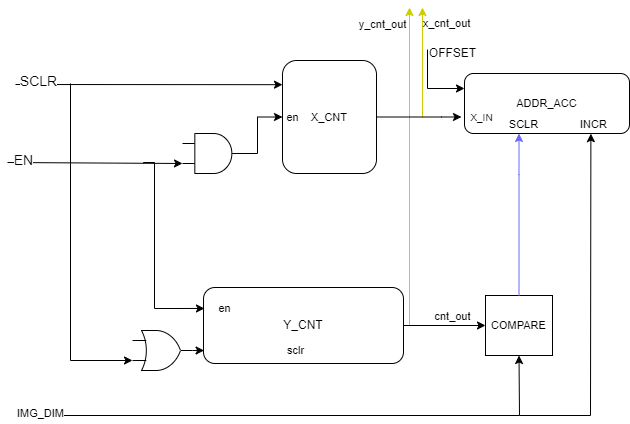
This is slike/ADDR_GEN.png from muzicarski/bachelor, a draw.io export, as it was before one commit. Source tidied: cells renumbered, new cells last; positions are measured from the earlier drawing's top-left corner, leaving out a move shared by most shapes.
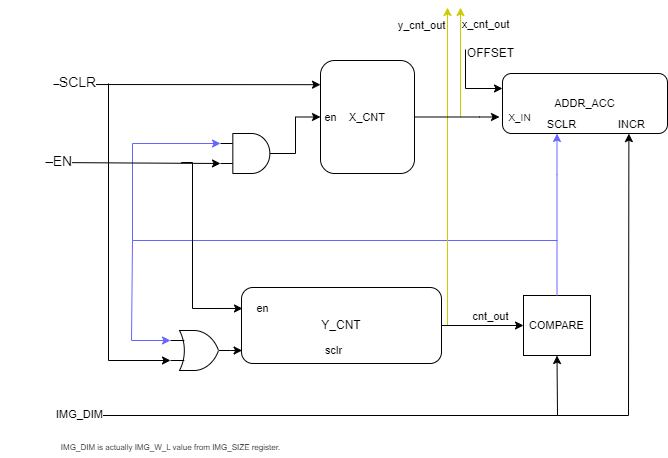
The same file after the commit.

Commit message:
Img replace + text align

The edit, as a diff of the source:
```diff
@@ -3,160 +3,187 @@
     <mxCell id="0" />
     <mxCell id="1" parent="0" />
     <mxCell id="2" style="group;" parent="1" vertex="1">
-      <mxGeometry width="622" height="408" as="geometry" />
+      <mxGeometry width="667" height="450" as="geometry" />
     </mxCell>
-    <mxCell id="3" style="endArrow=classic;html=1;rounded=0;strokeColor=#CCCC00;" parent="2" edge="1">
-      <mxGeometry relative="1" as="geometry">
-        <mxPoint x="402" y="318" as="sourcePoint" />
-        <mxPoint x="402" as="targetPoint" />
-      </mxGeometry>
+    <mxCell id="3" value="IMG_DIM is actually IMG_W_L value from IMG_SIZE register." style="text;html=1;align=center;verticalAlign=middle;strokeColor=none;fillColor=none;fontSize=8;" parent="2" vertex="1">
+      <mxGeometry x="50" y="430" width="240" height="20" as="geometry" />
     </mxCell>
-    <mxCell id="4" value="y_cnt_out" style="edgeLabel;html=1;align=center;verticalAlign=middle;" parent="3" vertex="1">
-      <mxGeometry x="0.93" y="-2" relative="1" as="geometry">
-        <mxPoint x="-29" y="6" as="offset" />
-      </mxGeometry>
+    <mxCell id="4" style="group;fontColor=#6666FF;" parent="2" vertex="1">
+      <mxGeometry y="136" height="208" as="geometry" />
     </mxCell>
-    <mxCell id="5" style="endArrow=classic;html=1;rounded=0;strokeColor=#CCCC00;" parent="2" edge="1">
+    <mxCell id="5" style="endArrow=classic;html=1;rounded=0;fontSize=11;strokeWidth=1;entryX=0;entryY=0.25;entryDx=0;entryDy=0;entryPerimeter=0;strokeColor=#6666FF;" parent="4" edge="1" target="24">
       <mxGeometry relative="1" as="geometry">
-        <mxPoint x="415" y="110" as="sourcePoint" />
-        <mxPoint x="415" as="targetPoint" />
+        <mxPoint x="557" y="97" as="sourcePoint" />
+        <Array as="points">
+          <mxPoint x="132" y="97" />
+          <mxPoint x="131" y="197" />
+        </Array>
       </mxGeometry>
     </mxCell>
-    <mxCell id="6" value="x_cnt_out" style="edgeLabel;html=1;align=center;verticalAlign=middle;" parent="5" vertex="1">
-      <mxGeometry x="0.67" y="-2" relative="1" as="geometry">
-        <mxPoint x="22" y="-2" as="offset" />
+    <mxCell id="6" style="endArrow=classic;html=1;rounded=0;fontSize=11;strokeWidth=1;entryX=0;entryY=0.25;entryDx=0;entryDy=0;entryPerimeter=0;strokeColor=#6666FF;" parent="4" edge="1">
+      <mxGeometry relative="1" as="geometry">
+        <mxPoint x="132" y="97" as="sourcePoint" />
+        <mxPoint x="220" as="targetPoint" />
+        <Array as="points">
+          <mxPoint x="132" />
+        </Array>
       </mxGeometry>
     </mxCell>
-    <mxCell id="7" style="edgeStyle=orthogonalEdgeStyle;rounded=0;jettySize=auto;html=1;exitX=0;exitY=0.25;exitDx=0;exitDy=0;strokeColor=#000000;strokeWidth=1;fontSize=12;startArrow=classic;startFill=1;endArrow=none;endFill=0;" parent="2" edge="1" source="10">
-      <mxGeometry relative="1" as="geometry">
-        <mxPoint x="420" y="42" as="targetPoint" />
-        <Array as="points">
-          <mxPoint x="420" y="81" />
-          <mxPoint x="420" y="42" />
-        </Array>
-      </mxGeometry>
+    <mxCell id="7" style="group;" parent="2" vertex="1">
+      <mxGeometry x="45" width="622" height="408" as="geometry" />
     </mxCell>
-    <mxCell id="8" value="&lt;font style=&quot;font-size: 11px;&quot;&gt;X_CNT&lt;/font&gt;" style="rounded=1;whiteSpace=wrap;html=1;labelBorderColor=none;fillColor=none;" parent="2" vertex="1">
-      <mxGeometry x="275" y="53" width="94" height="113" as="geometry" />
+    <mxCell id="8" style="endArrow=classic;html=1;rounded=0;strokeColor=#CCCC00;" parent="7" edge="1">
+      <mxGeometry relative="1" as="geometry">
+        <mxPoint x="402" y="318" as="sourcePoint" />
+        <mxPoint x="402" as="targetPoint" />
+      </mxGeometry>
     </mxCell>
-    <mxCell id="9" value="Y_CNT" style="rounded=1;whiteSpace=wrap;html=1;labelBorderColor=none;fillColor=none;" parent="2" vertex="1">
-      <mxGeometry x="196" y="280" width="200" height="76" as="geometry" />
+    <mxCell id="9" value="y_cnt_out" style="edgeLabel;html=1;align=center;verticalAlign=middle;points=[];" parent="8" vertex="1">
+      <mxGeometry x="0.93" y="-2" relative="1" as="geometry">
+        <mxPoint x="-29" y="6" as="offset" />
+      </mxGeometry>
     </mxCell>
-    <mxCell id="10" value="ADDR_ACC" style="rounded=1;whiteSpace=wrap;html=1;labelBorderColor=none;fontSize=11;fillColor=none;" parent="2" vertex="1">
-      <mxGeometry x="457" y="66" width="165" height="60" as="geometry" />
+    <mxCell id="10" style="endArrow=classic;html=1;rounded=0;strokeColor=#CCCC00;" parent="7" edge="1">
+      <mxGeometry relative="1" as="geometry">
+        <mxPoint x="415" y="110" as="sourcePoint" />
+        <mxPoint x="415" as="targetPoint" />
+      </mxGeometry>
     </mxCell>
-    <mxCell id="11" value="X_IN" style="text;html=1;align=center;verticalAlign=middle;points=[];fillColor=none;strokeColor=none;rounded=0;labelBorderColor=none;fontSize=10;strokeWidth=0;" parent="2" vertex="1">
-      <mxGeometry x="454" y="97.5" width="40" height="24" as="geometry" />
+    <mxCell id="11" value="x_cnt_out" style="edgeLabel;html=1;align=center;verticalAlign=middle;points=[];" parent="10" vertex="1">
+      <mxGeometry x="0.67" y="-2" relative="1" as="geometry">
+        <mxPoint x="22" y="-2" as="offset" />
+      </mxGeometry>
     </mxCell>
-    <mxCell id="12" style="edgeStyle=orthogonalEdgeStyle;rounded=0;jettySize=auto;html=1;fontSize=10;" parent="2" edge="1" source="8" target="11">
+    <mxCell id="12" style="edgeStyle=orthogonalEdgeStyle;rounded=0;jettySize=auto;html=1;exitX=0;exitY=0.25;exitDx=0;exitDy=0;strokeColor=#000000;strokeWidth=1;fontSize=12;startArrow=classic;startFill=1;endArrow=none;endFill=0;" parent="7" edge="1" source="15">
       <mxGeometry relative="1" as="geometry">
+        <mxPoint x="420" y="42" as="targetPoint" />
         <Array as="points">
-          <mxPoint x="434" y="109" />
-          <mxPoint x="434" y="109" />
+          <mxPoint x="420" y="81" />
+          <mxPoint x="420" y="42" />
         </Array>
       </mxGeometry>
     </mxCell>
-    <mxCell id="13" value="COMPARE" style="rounded=0;whiteSpace=wrap;html=1;labelBorderColor=none;fontSize=11;strokeColor=default;strokeWidth=1;fillColor=none;" parent="2" vertex="1">
-      <mxGeometry x="478" y="288" width="67" height="60" as="geometry" />
+    <mxCell id="13" value="&lt;font style=&quot;font-size: 11px;&quot;&gt;X_CNT&lt;/font&gt;" style="rounded=1;whiteSpace=wrap;html=1;labelBorderColor=none;fillColor=none;" parent="7" vertex="1">
+      <mxGeometry x="275" y="53" width="94" height="113" as="geometry" />
     </mxCell>
-    <mxCell id="14" style="edgeStyle=orthogonalEdgeStyle;rounded=0;jettySize=auto;html=1;exitX=1;exitY=0.5;exitDx=0;exitDy=0;entryX=0;entryY=0.5;entryDx=0;entryDy=0;fontSize=11;strokeWidth=1;" parent="2" edge="1" source="9" target="13">
-      <mxGeometry relative="1" as="geometry" />
+    <mxCell id="14" value="Y_CNT" style="rounded=1;whiteSpace=wrap;html=1;labelBorderColor=none;fillColor=none;" parent="7" vertex="1">
+      <mxGeometry x="196" y="280" width="200" height="76" as="geometry" />
     </mxCell>
-    <mxCell id="15" value="SCLR" style="text;html=1;align=center;verticalAlign=middle;points=[];fillColor=none;strokeColor=none;rounded=0;labelBorderColor=none;fontSize=11;" parent="2" vertex="1">
-      <mxGeometry x="491" y="102" width="50" height="30" as="geometry" />
+    <mxCell id="15" value="ADDR_ACC" style="rounded=1;whiteSpace=wrap;html=1;labelBorderColor=none;fontSize=11;fillColor=none;" parent="7" vertex="1">
+      <mxGeometry x="457" y="66" width="165" height="60" as="geometry" />
     </mxCell>
-    <mxCell id="16" value="cnt_out" style="text;html=1;align=center;verticalAlign=middle;points=[];fillColor=none;strokeColor=none;rounded=0;labelBorderColor=none;fontSize=11;" parent="2" vertex="1">
-      <mxGeometry x="415" y="294" width="60" height="30" as="geometry" />
+    <mxCell id="16" value="X_IN" style="text;html=1;align=center;verticalAlign=middle;points=[];fillColor=none;strokeColor=none;rounded=0;labelBorderColor=none;fontSize=10;strokeWidth=0;" parent="7" vertex="1">
+      <mxGeometry x="454" y="97.5" width="40" height="24" as="geometry" />
     </mxCell>
-    <mxCell id="17" style="endArrow=classic;html=1;rounded=0;fontSize=11;strokeWidth=1;entryX=0.5;entryY=1;entryDx=0;entryDy=0;" parent="2" edge="1" target="13">
+    <mxCell id="17" style="edgeStyle=orthogonalEdgeStyle;rounded=0;jettySize=auto;html=1;fontSize=10;" parent="7" edge="1" source="13" target="16">
       <mxGeometry relative="1" as="geometry">
-        <mxPoint x="16" y="408" as="sourcePoint" />
         <Array as="points">
-          <mxPoint x="512" y="408" />
+          <mxPoint x="434" y="109" />
+          <mxPoint x="434" y="109" />
         </Array>
       </mxGeometry>
     </mxCell>
-    <mxCell id="18" value="IMG_DIM" style="edgeLabel;html=1;align=center;verticalAlign=middle;points=[];fontSize=11;" parent="17" vertex="1">
-      <mxGeometry x="-0.94" y="2" relative="1" as="geometry" />
+    <mxCell id="18" value="COMPARE" style="rounded=0;whiteSpace=wrap;html=1;labelBorderColor=none;fontSize=11;strokeColor=default;strokeWidth=1;fillColor=none;" parent="7" vertex="1">
+      <mxGeometry x="478" y="288" width="67" height="60" as="geometry" />
     </mxCell>
-    <mxCell id="19" style="verticalLabelPosition=bottom;shadow=0;dashed=0;align=center;html=1;verticalAlign=top;shape=mxgraph.electrical.logic_gates.logic_gate;operation=or;labelBorderColor=none;fontSize=11;strokeColor=default;strokeWidth=1;fillColor=none;" parent="2" vertex="1">
-      <mxGeometry x="125" y="323" width="60" height="40" as="geometry" />
+    <mxCell id="19" style="edgeStyle=orthogonalEdgeStyle;rounded=0;jettySize=auto;html=1;exitX=1;exitY=0.5;exitDx=0;exitDy=0;entryX=0;entryY=0.5;entryDx=0;entryDy=0;fontSize=11;strokeWidth=1;" parent="7" edge="1" source="14" target="18">
+      <mxGeometry relative="1" as="geometry" />
     </mxCell>
-    <mxCell id="20" style="edgeStyle=orthogonalEdgeStyle;rounded=0;jettySize=auto;html=1;fontSize=11;strokeWidth=1;strokeColor=#6666FF;" parent="2" edge="1" source="13" target="10">
-      <mxGeometry relative="1" as="geometry">
-        <Array as="points">
-          <mxPoint x="512" y="167" />
-          <mxPoint x="512" y="167" />
-        </Array>
-      </mxGeometry>
+    <mxCell id="20" value="SCLR" style="text;html=1;align=center;verticalAlign=middle;fillColor=none;strokeColor=none;rounded=0;labelBorderColor=none;fontSize=11;" parent="7" vertex="1">
+      <mxGeometry x="491" y="102" width="50" height="30" as="geometry" />
     </mxCell>
-    <mxCell id="21" style="edgeStyle=orthogonalEdgeStyle;rounded=0;jettySize=auto;html=1;exitX=1;exitY=0.5;exitDx=0;exitDy=0;exitPerimeter=0;fontSize=11;strokeWidth=1;" parent="2" edge="1" target="8">
-      <mxGeometry relative="1" as="geometry">
-        <mxPoint x="225" y="146" as="sourcePoint" />
-      </mxGeometry>
+    <mxCell id="21" value="cnt_out" style="text;html=1;align=center;verticalAlign=middle;fillColor=none;strokeColor=none;rounded=0;labelBorderColor=none;fontSize=11;" parent="7" vertex="1">
+      <mxGeometry x="415" y="294" width="60" height="30" as="geometry" />
     </mxCell>
-    <mxCell id="22" style="endArrow=classic;html=1;rounded=0;fontSize=11;strokeWidth=1;entryX=0;entryY=0.214;entryDx=0;entryDy=0;entryPerimeter=0;" parent="2" edge="1" target="8">
+    <mxCell id="22" style="endArrow=classic;html=1;rounded=0;fontSize=11;strokeWidth=1;entryX=0.5;entryY=1;entryDx=0;entryDy=0;" parent="7" edge="1" target="18">
       <mxGeometry relative="1" as="geometry">
-        <mxPoint x="8" y="77" as="sourcePoint" />
+        <mxPoint x="16" y="408" as="sourcePoint" />
+        <Array as="points">
+          <mxPoint x="512" y="408" />
+        </Array>
       </mxGeometry>
     </mxCell>
-    <mxCell id="23" value="SCLR" style="edgeLabel;html=1;align=center;verticalAlign=middle;fontSize=14;" parent="22" vertex="1">
-      <mxGeometry x="-0.83" y="3" relative="1" as="geometry" />
+    <mxCell id="23" value="IMG_DIM" style="edgeLabel;html=1;align=center;verticalAlign=middle;fontSize=11;" parent="22" vertex="1">
+      <mxGeometry x="-0.94" y="2" relative="1" as="geometry" />
     </mxCell>
-    <mxCell id="24" style="endArrow=classic;html=1;rounded=0;fontSize=11;strokeWidth=1;entryX=0;entryY=0.75;entryDx=0;entryDy=0;entryPerimeter=0;" parent="2" edge="1" target="19">
-      <mxGeometry relative="1" as="geometry">
-        <mxPoint x="63" y="76" as="sourcePoint" />
-        <Array as="points">
-          <mxPoint x="63" y="353" />
-        </Array>
-      </mxGeometry>
+    <mxCell id="24" style="verticalLabelPosition=bottom;shadow=0;dashed=0;align=center;html=1;verticalAlign=top;shape=mxgraph.electrical.logic_gates.logic_gate;operation=or;labelBorderColor=none;fontSize=11;strokeColor=default;strokeWidth=1;fillColor=none;" parent="7" vertex="1">
+      <mxGeometry x="125" y="323" width="60" height="40" as="geometry" />
     </mxCell>
-    <mxCell id="25" style="endArrow=classic;html=1;rounded=0;fontSize=11;strokeWidth=1;entryX=0;entryY=0.25;entryDx=0;entryDy=0;entryPerimeter=0;" parent="2" edge="1">
+    <mxCell id="25" style="edgeStyle=orthogonalEdgeStyle;rounded=0;jettySize=auto;html=1;fontSize=11;strokeWidth=1;strokeColor=#6666FF;" parent="7" edge="1" source="18" target="15">
       <mxGeometry relative="1" as="geometry">
-        <mxPoint y="155" as="sourcePoint" />
-        <mxPoint x="175" y="156" as="targetPoint" />
+        <Array as="points">
+          <mxPoint x="512" y="167" />
+          <mxPoint x="512" y="167" />
+        </Array>
       </mxGeometry>
     </mxCell>
-    <mxCell id="26" value="EN" style="edgeLabel;html=1;align=center;verticalAlign=middle;fontSize=14;" parent="25" vertex="1">
-      <mxGeometry x="-0.82" y="2" relative="1" as="geometry" />
+    <mxCell id="26" style="edgeStyle=orthogonalEdgeStyle;rounded=0;jettySize=auto;html=1;exitX=1;exitY=0.5;exitDx=0;exitDy=0;exitPerimeter=0;fontSize=11;strokeWidth=1;" parent="7" edge="1" target="13">
+      <mxGeometry relative="1" as="geometry">
+        <mxPoint x="225" y="146" as="sourcePoint" />
+      </mxGeometry>
     </mxCell>
-    <mxCell id="27" value="sclr" style="text;html=1;align=center;verticalAlign=middle;fillColor=none;strokeColor=none;rounded=0;labelBorderColor=none;fontSize=11;" parent="2" vertex="1">
-      <mxGeometry x="268" y="328" width="40" height="30" as="geometry" />
+    <mxCell id="27" style="endArrow=classic;html=1;rounded=0;fontSize=11;strokeWidth=1;entryX=0;entryY=0.214;entryDx=0;entryDy=0;entryPerimeter=0;" parent="7" edge="1" target="13">
+      <mxGeometry relative="1" as="geometry">
+        <mxPoint x="8" y="77" as="sourcePoint" />
+      </mxGeometry>
     </mxCell>
-    <mxCell id="28" value="en" style="text;html=1;align=center;verticalAlign=middle;fillColor=none;strokeColor=none;rounded=0;labelBorderColor=none;fontSize=11;fontColor=#000000;" parent="2" vertex="1">
-      <mxGeometry x="265" y="95" width="40" height="30" as="geometry" />
+    <mxCell id="28" value="SCLR" style="edgeLabel;html=1;align=center;verticalAlign=middle;fontSize=14;" parent="27" vertex="1">
+      <mxGeometry x="-0.83" y="3" relative="1" as="geometry" />
     </mxCell>
-    <mxCell id="29" style="endArrow=classic;html=1;rounded=0;fontSize=11;fontColor=#000000;strokeColor=#000000;strokeWidth=1;entryX=0.766;entryY=1.002;entryDx=0;entryDy=0;entryPerimeter=0;" parent="2" edge="1" target="10">
+    <mxCell id="29" style="endArrow=classic;html=1;rounded=0;fontSize=11;strokeWidth=1;entryX=0;entryY=0.75;entryDx=0;entryDy=0;entryPerimeter=0;" parent="7" edge="1" target="24">
       <mxGeometry relative="1" as="geometry">
-        <mxPoint x="512" y="408" as="sourcePoint" />
+        <mxPoint x="63" y="76" as="sourcePoint" />
         <Array as="points">
-          <mxPoint x="583" y="408" />
+          <mxPoint x="63" y="353" />
         </Array>
       </mxGeometry>
     </mxCell>
-    <mxCell id="30" value="INCR" style="text;html=1;align=center;verticalAlign=middle;fillColor=none;strokeColor=none;rounded=0;labelBorderColor=none;fontSize=11;fontColor=#000000;" parent="2" vertex="1">
-      <mxGeometry x="561" y="102" width="50" height="30" as="geometry" />
+    <mxCell id="30" style="endArrow=classic;html=1;rounded=0;fontSize=11;strokeWidth=1;entryX=0;entryY=0.25;entryDx=0;entryDy=0;entryPerimeter=0;" parent="7" edge="1">
+      <mxGeometry relative="1" as="geometry">
+        <mxPoint y="155" as="sourcePoint" />
+        <mxPoint x="175" y="156" as="targetPoint" />
+      </mxGeometry>
     </mxCell>
-    <mxCell id="31" value="en" style="text;html=1;align=center;verticalAlign=middle;fillColor=none;strokeColor=none;rounded=0;labelBorderColor=none;fontSize=11;fontColor=#000000;" parent="2" vertex="1">
-      <mxGeometry x="196.7" y="286" width="40" height="30" as="geometry" />
+    <mxCell id="31" value="EN" style="edgeLabel;html=1;align=center;verticalAlign=middle;fontSize=14;" parent="30" vertex="1">
+      <mxGeometry x="-0.82" y="2" relative="1" as="geometry" />
     </mxCell>
-    <mxCell id="32" style="edgeStyle=orthogonalEdgeStyle;rounded=0;jettySize=auto;html=1;exitX=1;exitY=0.5;exitDx=0;exitDy=0;exitPerimeter=0;entryX=0.003;entryY=0.829;entryDx=0;entryDy=0;entryPerimeter=0;fontSize=11;strokeWidth=1;" parent="2" edge="1" source="19" target="9">
-      <mxGeometry relative="1" as="geometry" />
+    <mxCell id="32" value="sclr" style="text;html=1;align=center;verticalAlign=middle;fillColor=none;strokeColor=none;rounded=0;labelBorderColor=none;fontSize=11;" parent="7" vertex="1">
+      <mxGeometry x="268" y="328" width="40" height="30" as="geometry" />
     </mxCell>
-    <mxCell id="33" style="verticalLabelPosition=bottom;shadow=0;dashed=0;align=center;html=1;verticalAlign=top;shape=mxgraph.electrical.logic_gates.logic_gate;operation=and;" parent="2" vertex="1">
-      <mxGeometry x="175" y="126" width="61.7" height="40" as="geometry" />
+    <mxCell id="33" value="en" style="text;html=1;align=center;verticalAlign=middle;fillColor=none;strokeColor=none;rounded=0;labelBorderColor=none;fontSize=11;fontColor=#000000;" parent="7" vertex="1">
+      <mxGeometry x="265" y="95" width="40" height="30" as="geometry" />
     </mxCell>
-    <mxCell id="34" value="OFFSET" style="text;html=1;align=center;verticalAlign=middle;strokeColor=none;fillColor=none;fontSize=12;" parent="2" vertex="1">
-      <mxGeometry x="410" y="31" width="70" height="30" as="geometry" />
+    <mxCell id="34" style="endArrow=classic;html=1;rounded=0;fontSize=11;fontColor=#000000;strokeColor=#000000;strokeWidth=1;entryX=0.766;entryY=1.002;entryDx=0;entryDy=0;entryPerimeter=0;" parent="7" edge="1" target="15">
+      <mxGeometry relative="1" as="geometry">
+        <mxPoint x="512" y="408" as="sourcePoint" />
+        <Array as="points">
+          <mxPoint x="583" y="408" />
+        </Array>
+      </mxGeometry>
     </mxCell>
-    <mxCell id="35" style="edgeStyle=segmentEdgeStyle;endArrow=classic;html=1;rounded=0;fontSize=10;entryX=0.005;entryY=0.276;entryDx=0;entryDy=0;entryPerimeter=0;" parent="2" edge="1" target="9">
-      <mxGeometry relative="1" as="geometry">
-        <mxPoint x="136" y="156" as="sourcePoint" />
-        <Array as="points">
-          <mxPoint x="147" y="155" />
-          <mxPoint x="147" y="301" />
-        </Array>
-      </mxGeometry>
+    <mxCell id="35" value="INCR" style="text;html=1;align=center;verticalAlign=middle;fillColor=none;strokeColor=none;rounded=0;labelBorderColor=none;fontSize=11;fontColor=#000000;" parent="7" vertex="1">
+      <mxGeometry x="561" y="102" width="50" height="30" as="geometry" />
     </mxCell>
+    <mxCell id="36" value="en" style="text;html=1;align=center;verticalAlign=middle;fillColor=none;strokeColor=none;rounded=0;labelBorderColor=none;fontSize=11;fontColor=#000000;" parent="7" vertex="1">
+      <mxGeometry x="196.7" y="286" width="40" height="30" as="geometry" />
+    </mxCell>
+    <mxCell id="37" style="edgeStyle=orthogonalEdgeStyle;rounded=0;jettySize=auto;html=1;exitX=1;exitY=0.5;exitDx=0;exitDy=0;exitPerimeter=0;entryX=0.003;entryY=0.829;entryDx=0;entryDy=0;entryPerimeter=0;fontSize=11;strokeWidth=1;" parent="7" edge="1" source="24" target="14">
+      <mxGeometry relative="1" as="geometry" />
+    </mxCell>
+    <mxCell id="38" style="verticalLabelPosition=bottom;shadow=0;dashed=0;align=center;html=1;verticalAlign=top;shape=mxgraph.electrical.logic_gates.logic_gate;operation=and;" parent="7" vertex="1">
+      <mxGeometry x="175" y="126" width="61.7" height="40" as="geometry" />
+    </mxCell>
+    <mxCell id="39" value="OFFSET" style="text;html=1;align=center;verticalAlign=middle;strokeColor=none;fillColor=none;fontSize=12;" parent="7" vertex="1">
+      <mxGeometry x="410" y="31" width="70" height="30" as="geometry" />
+    </mxCell>
+    <mxCell id="40" style="edgeStyle=segmentEdgeStyle;endArrow=classic;html=1;rounded=0;fontSize=10;entryX=0.005;entryY=0.276;entryDx=0;entryDy=0;entryPerimeter=0;" parent="7" edge="1" target="14">
+      <mxGeometry relative="1" as="geometry">
+        <mxPoint x="136" y="156" as="sourcePoint" />
+        <Array as="points">
+          <mxPoint x="147" y="155" />
+          <mxPoint x="147" y="301" />
+        </Array>
+      </mxGeometry>
+    </mxCell>
   </root>
 </mxGraphModel>
```
